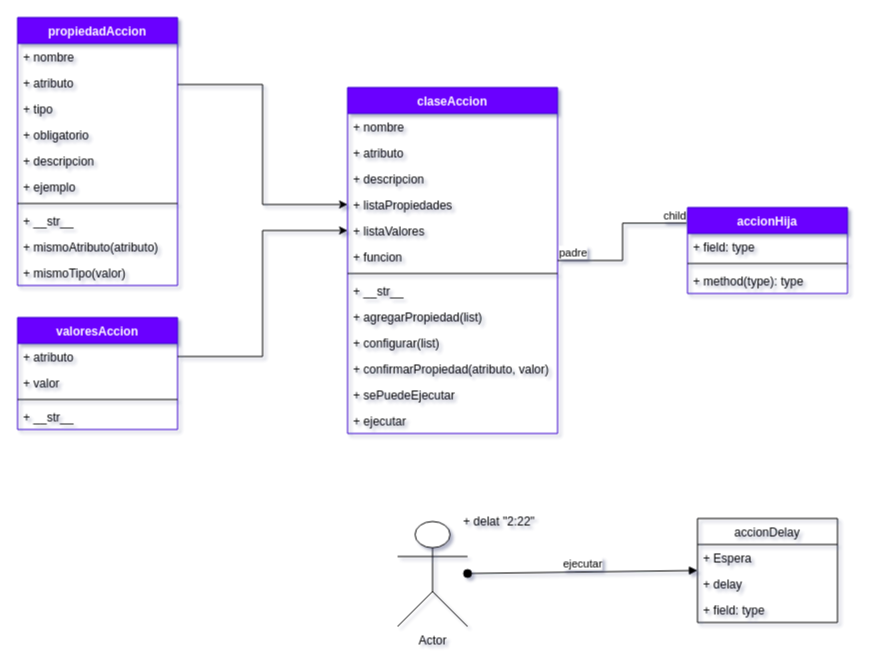
Before: page "Acciones" (1 of 3) of documentacion/UML/UML_ElGatoALSW.drawio in chepecarlos/ElGarrobo, a draw.io diagram. Source tidied: cells renumbered, new cells numbered last; positions are measured from the earlier drawing's top-left corner, leaving out a move shared by most shapes. Both pictures are drawn from the tidied source at 100%, with x=0, y=0 at pixel (17, 17).
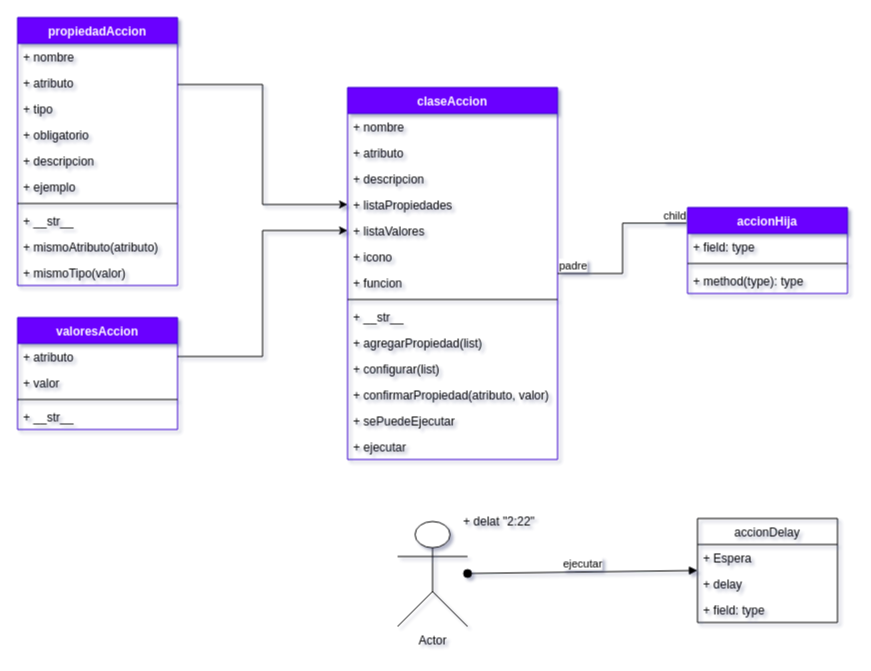
The same page after the edit.

Commit message:
Actualizando UML

Diff of the diagram source:
```diff
@@
     <mxCell id="14" value="claseAccion" style="swimlane;fontStyle=1;align=center;verticalAlign=top;horizontal=1;startSize=26;fillColor=#6a00ff;fontColor=#ffffff;strokeColor=#3700CC;" parent="1" vertex="1">
-      <mxGeometry x="330" y="70" width="210" height="346" as="geometry" />
+      <mxGeometry x="330" y="70" width="210" height="372" as="geometry" />
     </mxCell>
@@
+    <mxCell id="48" value="+ icono" style="text;strokeColor=none;fillColor=none;align=left;verticalAlign=top;spacingLeft=4;spacingRight=4;overflow=hidden;" parent="14" vertex="1">
+      <mxGeometry y="156" width="210" height="26" as="geometry" />
+    </mxCell>
     <mxCell id="20" value="+ funcion" style="text;strokeColor=none;fillColor=none;align=left;verticalAlign=top;spacingLeft=4;spacingRight=4;overflow=hidden;" parent="14" vertex="1">
-      <mxGeometry y="156" width="210" height="26" as="geometry" />
+      <mxGeometry y="182" width="210" height="26" as="geometry" />
     </mxCell>
     <mxCell id="21" style="line;strokeWidth=1;fillColor=none;align=left;verticalAlign=middle;spacingTop=-1;spacingLeft=3;spacingRight=3;labelPosition=right;" parent="14" vertex="1">
-      <mxGeometry y="182" width="210" height="8" as="geometry" />
+      <mxGeometry y="208" width="210" height="8" as="geometry" />
     </mxCell>
     <mxCell id="22" value="+ __str__" style="text;strokeColor=none;fillColor=none;align=left;verticalAlign=top;spacingLeft=4;spacingRight=4;overflow=hidden;" parent="14" vertex="1">
-      <mxGeometry y="190" width="210" height="26" as="geometry" />
+      <mxGeometry y="216" width="210" height="26" as="geometry" />
     </mxCell>
     <mxCell id="23" value="+ agregarPropiedad(list)" style="text;strokeColor=none;fillColor=none;align=left;verticalAlign=top;spacingLeft=4;spacingRight=4;overflow=hidden;" parent="14" vertex="1">
-      <mxGeometry y="216" width="210" height="26" as="geometry" />
+      <mxGeometry y="242" width="210" height="26" as="geometry" />
     </mxCell>
     <mxCell id="24" value="+ configurar(list)" style="text;strokeColor=none;fillColor=none;align=left;verticalAlign=top;spacingLeft=4;spacingRight=4;overflow=hidden;" parent="14" vertex="1">
-      <mxGeometry y="242" width="210" height="26" as="geometry" />
+      <mxGeometry y="268" width="210" height="26" as="geometry" />
     </mxCell>
     <mxCell id="25" value="+ confirmarPropiedad(atributo, valor)" style="text;strokeColor=none;fillColor=none;align=left;verticalAlign=top;spacingLeft=4;spacingRight=4;overflow=hidden;" parent="14" vertex="1">
-      <mxGeometry y="268" width="210" height="26" as="geometry" />
+      <mxGeometry y="294" width="210" height="26" as="geometry" />
     </mxCell>
     <mxCell id="26" value="+ sePuedeEjecutar" style="text;strokeColor=none;fillColor=none;align=left;verticalAlign=top;spacingLeft=4;spacingRight=4;overflow=hidden;" parent="14" vertex="1">
-      <mxGeometry y="294" width="210" height="26" as="geometry" />
+      <mxGeometry y="320" width="210" height="26" as="geometry" />
     </mxCell>
     <mxCell id="27" value="+ ejecutar" style="text;strokeColor=none;fillColor=none;align=left;verticalAlign=top;spacingLeft=4;spacingRight=4;overflow=hidden;" parent="14" vertex="1">
-      <mxGeometry y="320" width="210" height="26" as="geometry" />
+      <mxGeometry y="346" width="210" height="26" as="geometry" />
     </mxCell>
```
